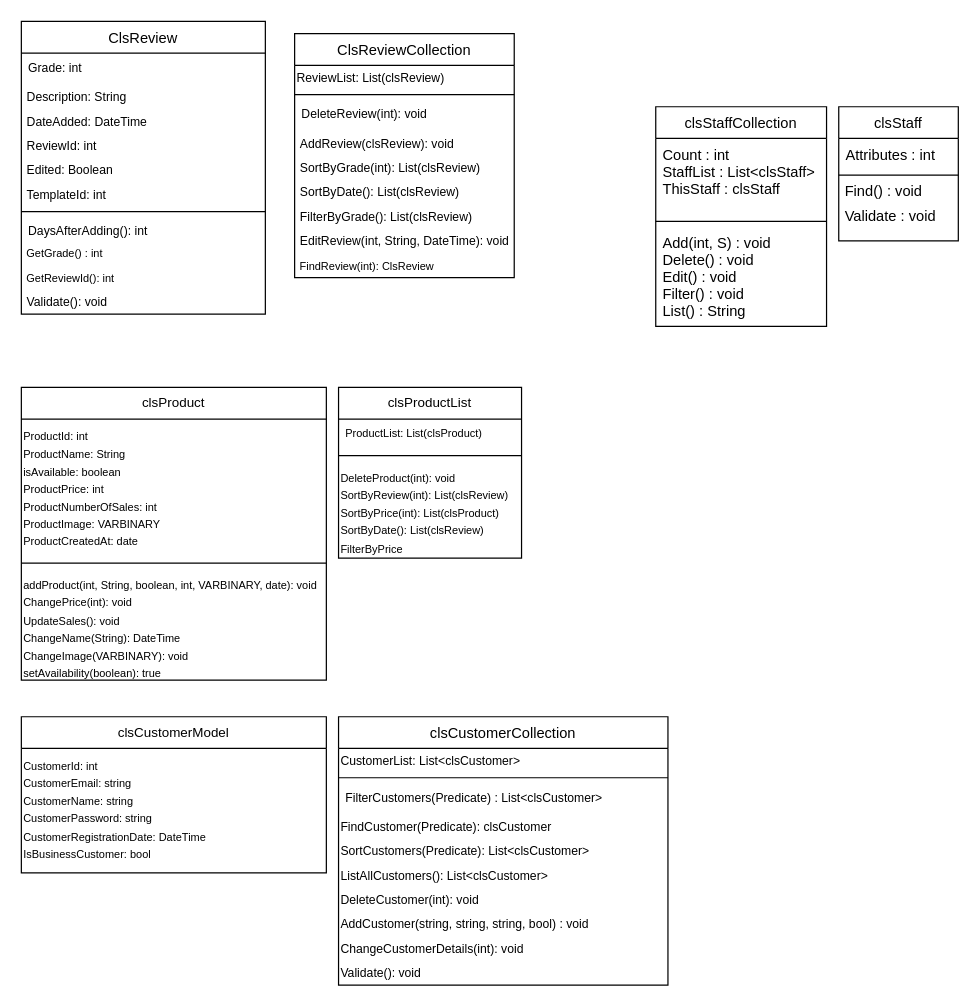
dominikmch/Template4U keeps this draw.io diagram as untitled Diagram updated.drawio. Above is the earlier version. Source tidied: cells renumbered, new cells numbered last; positions are measured from the earlier drawing's top-left corner, leaving out a move shared by most shapes. Both pictures are drawn from the tidied source at 122%, with x=0, y=0 at pixel (21, 21).
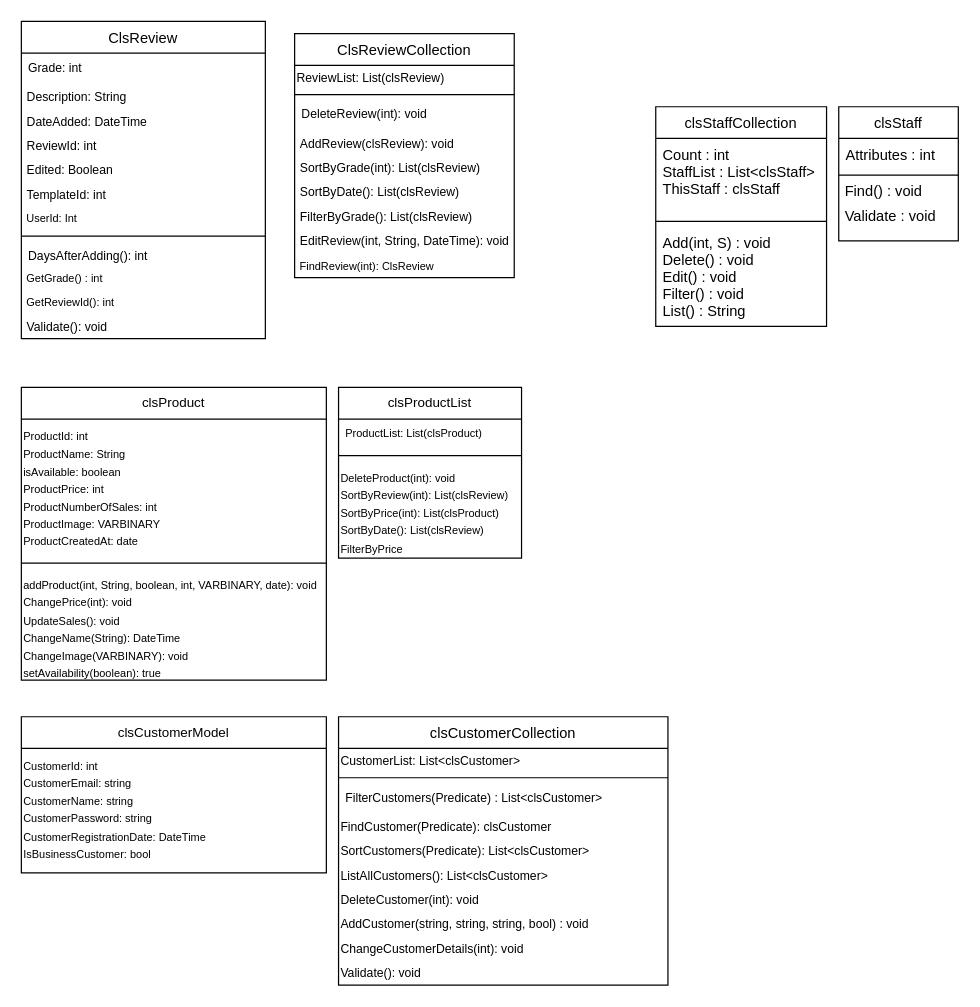
After the change.

What changed in the source:
```diff
@@
     <mxCell id="13" value="ClsReview" style="swimlane;fontStyle=0;align=center;verticalAlign=top;horizontal=1;startSize=26;" parent="1" vertex="1">
-      <mxGeometry width="200" height="240" as="geometry" />
+      <mxGeometry width="200" height="260" as="geometry" />
     </mxCell>
@@
+    <mxCell id="56" value="&amp;nbsp;UserId: Int" style="text;html=1;strokeColor=none;fillColor=none;align=left;verticalAlign=middle;whiteSpace=wrap;rounded=0;fontSize=9;" parent="13" vertex="1">
+      <mxGeometry y="152" width="200" height="20" as="geometry" />
+    </mxCell>
     <mxCell id="20" style="line;strokeWidth=1;fillColor=none;align=left;verticalAlign=middle;spacingTop=-1;spacingLeft=3;spacingRight=3;labelPosition=right;" parent="13" vertex="1">
-      <mxGeometry y="152" width="200" height="8" as="geometry" />
+      <mxGeometry y="172" width="200" height="8" as="geometry" />
     </mxCell>
     <mxCell id="21" value="DaysAfterAdding(): int" style="text;strokeColor=none;fillColor=none;align=left;verticalAlign=top;spacingLeft=4;spacingRight=4;overflow=hidden;fontSize=10;" parent="13" vertex="1">
-      <mxGeometry y="160" width="200" height="20" as="geometry" />
+      <mxGeometry y="180" width="200" height="20" as="geometry" />
     </mxCell>
     <mxCell id="22" value="&lt;font style=&quot;font-size: 9px&quot;&gt;&amp;nbsp;GetGrade() : int&lt;/font&gt;" style="text;html=1;strokeColor=none;fillColor=none;align=left;verticalAlign=middle;whiteSpace=wrap;rounded=0;fontSize=12;" parent="13" vertex="1">
-      <mxGeometry y="180" width="200" height="20" as="geometry" />
+      <mxGeometry y="200" width="200" height="20" as="geometry" />
     </mxCell>
     <mxCell id="23" value="&lt;font style=&quot;font-size: 9px&quot;&gt;&amp;nbsp;GetReviewId(): int&lt;br&gt;&lt;/font&gt;" style="text;html=1;strokeColor=none;fillColor=none;align=left;verticalAlign=middle;whiteSpace=wrap;rounded=0;fontSize=12;" parent="13" vertex="1">
-      <mxGeometry y="200" width="200" height="20" as="geometry" />
+      <mxGeometry y="220" width="200" height="20" as="geometry" />
     </mxCell>
     <mxCell id="24" value="&lt;span style=&quot;font-size: x-small&quot;&gt;&amp;nbsp;Validate(): void&lt;/span&gt;" style="text;html=1;strokeColor=none;fillColor=none;align=left;verticalAlign=middle;whiteSpace=wrap;rounded=0;" parent="13" vertex="1">
-      <mxGeometry y="220" width="200" height="20" as="geometry" />
+      <mxGeometry y="240" width="200" height="20" as="geometry" />
     </mxCell>
```
